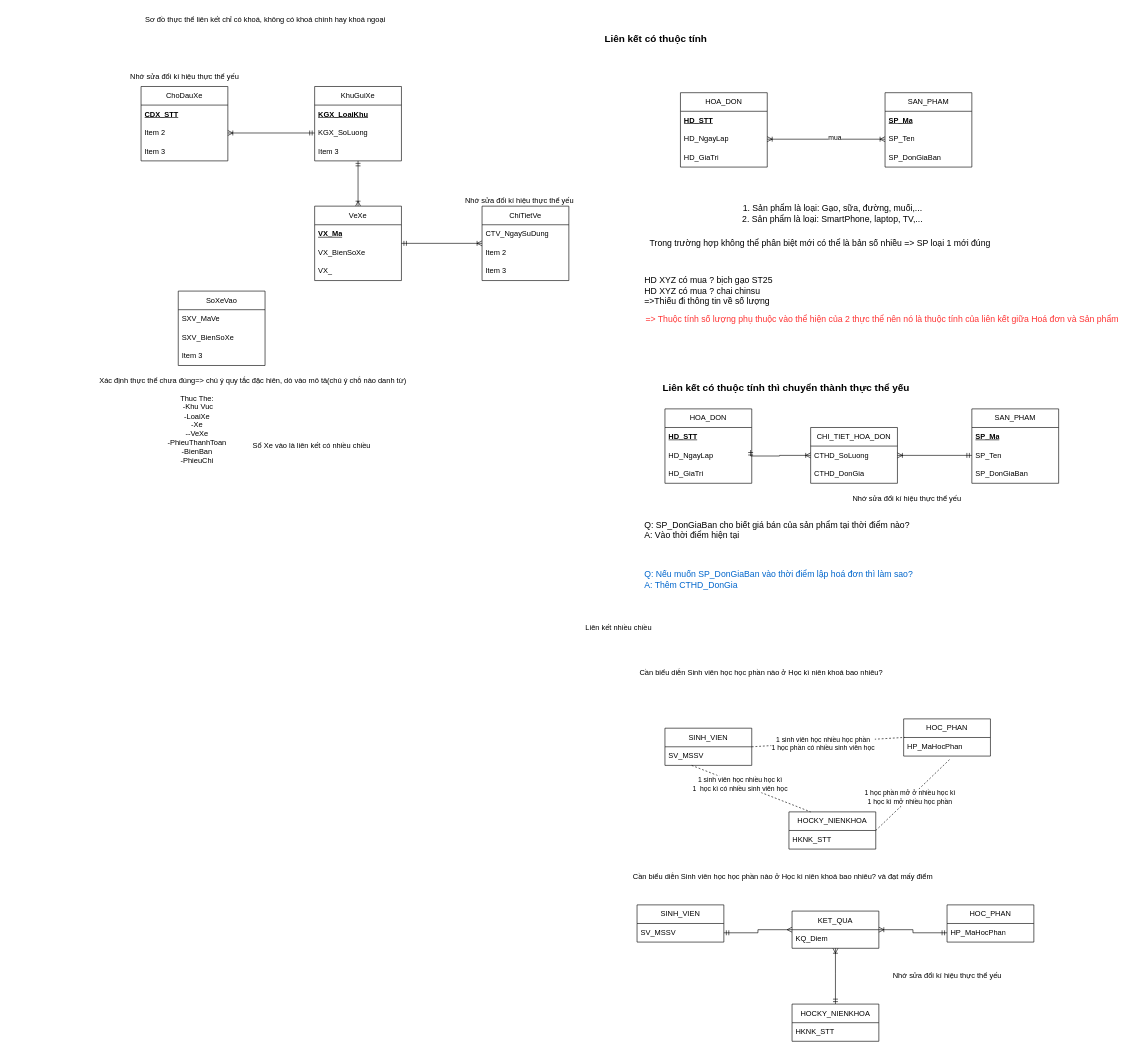
Earlier version of the draw.io diagram ExWeakEntity.drawio (itzkoi-ctu/EX1). Source tidied: cells renumbered, new cells numbered last; positions are measured from the earlier drawing's top-left corner, leaving out a move shared by most shapes. Both pictures are drawn from the tidied source at 62%, with x=0, y=0 at pixel (91, 11).
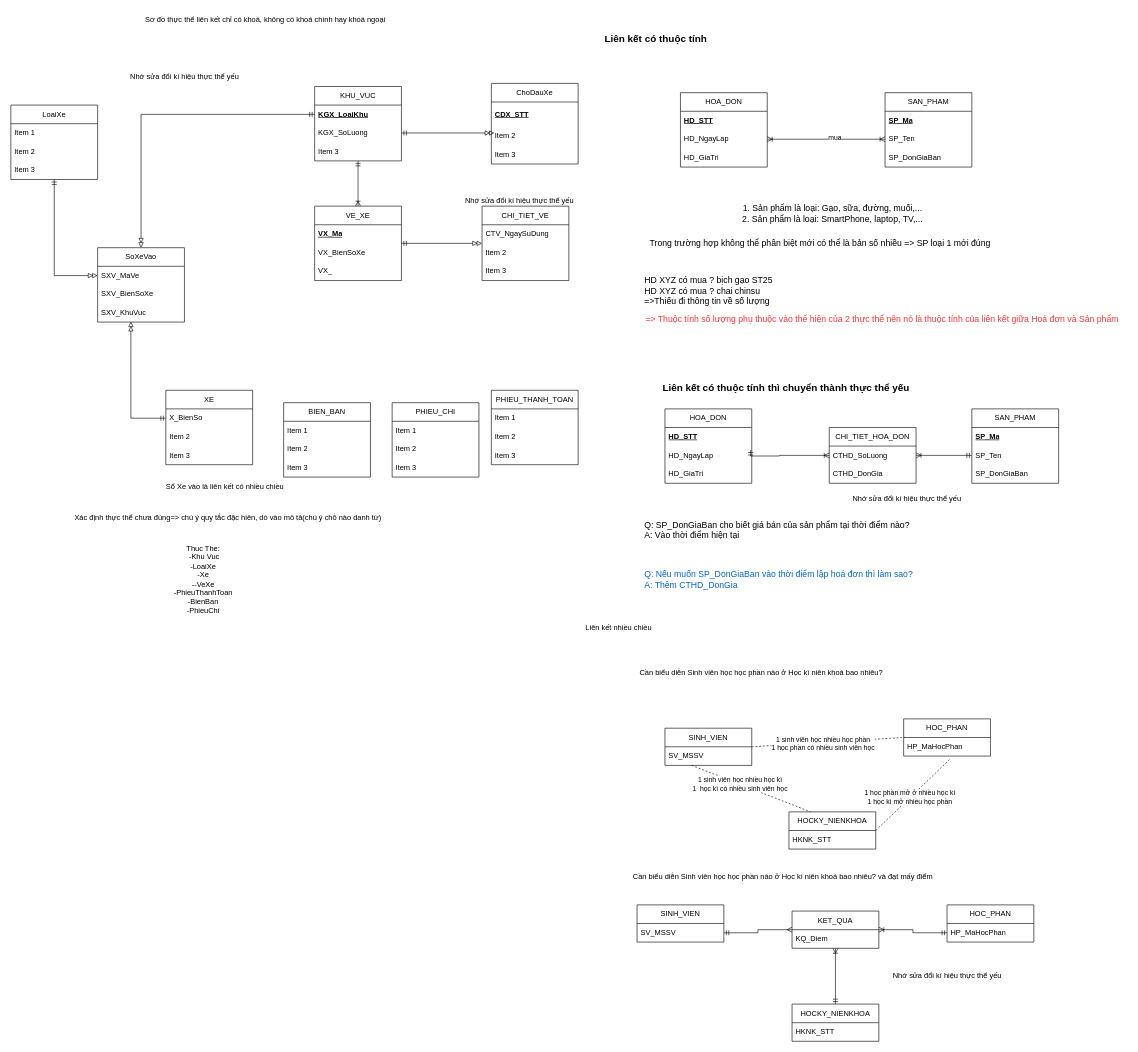
Above is the later version.

The change refers to these unchanged cells:
```xml
<mxCell id="63" value="KGX_LoaiKhu" style="text;strokeColor=none;fillColor=none;align=left;verticalAlign=middle;spacingLeft=4;spacingRight=4;overflow=hidden;points=[[0,0.5],[1,0.5]];portConstraint=eastwest;whiteSpace=wrap;html=1;fontStyle=5;" parent="62" vertex="1">
  <mxGeometry y="30" width="140" height="30" as="geometry" />
</mxCell>
<mxCell id="64" value="KGX_SoLuong" style="text;strokeColor=none;fillColor=none;align=left;verticalAlign=middle;spacingLeft=4;spacingRight=4;overflow=hidden;points=[[0,0.5],[1,0.5]];portConstraint=eastwest;whiteSpace=wrap;html=1;" parent="62" vertex="1">
  <mxGeometry y="60" width="140" height="30" as="geometry" />
</mxCell>
<mxCell id="83" value="SXV_MaVe" style="text;strokeColor=none;fillColor=none;align=left;verticalAlign=middle;spacingLeft=4;spacingRight=4;overflow=hidden;points=[[0,0.5],[1,0.5]];portConstraint=eastwest;whiteSpace=wrap;html=1;" parent="82" vertex="1">
  <mxGeometry y="30" width="140" height="30" as="geometry" />
</mxCell>
```

What changed in the source:
```diff
@@
     <mxCell id="18" value="CHI_TIET_HOA_DON" style="swimlane;fontStyle=0;horizontal=1;startSize=30;whiteSpace=wrap;html=1;align=center;" parent="1" vertex="1">
-      <mxGeometry x="1160" y="672" width="140" height="90" as="geometry" />
+      <mxGeometry x="1190" y="672" width="140" height="90" as="geometry" />
     </mxCell>
@@
-    <mxCell id="62" value="KhuGuiXe" style="swimlane;fontStyle=0;horizontal=1;startSize=30;whiteSpace=wrap;html=1;" parent="1" vertex="1">
+    <mxCell id="62" value="KHU_VUC" style="swimlane;fontStyle=0;horizontal=1;startSize=30;whiteSpace=wrap;html=1;" parent="1" vertex="1">
       <mxGeometry x="360" y="122" width="140" height="120" as="geometry" />
     </mxCell>
@@
+    <mxCell id="90" style="edgeStyle=orthogonalEdgeStyle;rounded=0;jettySize=auto;html=1;startArrow=ERmandOne;startFill=0;endArrow=doubleBlock;endFill=0;" parent="62" edge="1" source="64">
+      <mxGeometry relative="1" as="geometry">
+        <mxPoint x="290" y="75" as="targetPoint" />
+      </mxGeometry>
+    </mxCell>
@@
     <mxCell id="66" value="ChoDauXe" style="swimlane;fontStyle=0;horizontal=1;startSize=30;whiteSpace=wrap;html=1;" parent="1" vertex="1">
-      <mxGeometry x="80" y="122" width="140" height="120" as="geometry" />
+      <mxGeometry x="645" y="117" width="140" height="130" as="geometry" />
     </mxCell>
     <mxCell id="67" value="&lt;b&gt;&lt;u&gt;CDX_STT&lt;/u&gt;&lt;/b&gt;" style="text;strokeColor=none;fillColor=none;align=left;verticalAlign=middle;spacingLeft=4;spacingRight=4;overflow=hidden;whiteSpace=wrap;html=1;" parent="66" vertex="1">
-      <mxGeometry y="30" width="140" height="30" as="geometry" />
+      <mxGeometry y="30" width="140" height="40" as="geometry" />
     </mxCell>
     <mxCell id="68" value="Item 2" style="text;strokeColor=none;fillColor=none;align=left;verticalAlign=middle;spacingLeft=4;spacingRight=4;overflow=hidden;points=[[0,0.5],[1,0.5]];portConstraint=eastwest;whiteSpace=wrap;html=1;" parent="66" vertex="1">
-      <mxGeometry y="60" width="140" height="30" as="geometry" />
+      <mxGeometry y="70" width="140" height="30" as="geometry" />
     </mxCell>
     <mxCell id="69" value="Item 3" style="text;strokeColor=none;fillColor=none;align=left;verticalAlign=middle;spacingLeft=4;spacingRight=4;overflow=hidden;whiteSpace=wrap;html=1;" parent="66" vertex="1">
-      <mxGeometry y="90" width="140" height="30" as="geometry" />
+      <mxGeometry y="100" width="140" height="30" as="geometry" />
     </mxCell>
-    <mxCell id="70" style="edgeStyle=orthogonalEdgeStyle;rounded=0;jettySize=auto;html=1;entryX=1;entryY=0.5;entryDx=0;entryDy=0;startArrow=ERmandOne;startFill=0;endArrow=ERoneToMany;endFill=0;" parent="1" edge="1" source="64" target="68">
-      <mxGeometry relative="1" as="geometry" />
-    </mxCell>
-    <mxCell id="71" style="edgeStyle=orthogonalEdgeStyle;rounded=0;jettySize=auto;html=1;startArrow=ERmandOne;startFill=0;endArrow=ERoneToMany;endFill=0;" parent="1" edge="1" source="72" target="77">
+    <mxCell id="71" style="edgeStyle=orthogonalEdgeStyle;rounded=0;jettySize=auto;html=1;startArrow=ERmandOne;startFill=0;endArrow=doubleBlock;endFill=0;" parent="1" edge="1" source="72" target="77">
       <mxGeometry relative="1" as="geometry" />
     </mxCell>
-    <mxCell id="72" value="VeXe" style="swimlane;fontStyle=0;horizontal=1;startSize=30;whiteSpace=wrap;html=1;" parent="1" vertex="1">
+    <mxCell id="72" value="VE_XE" style="swimlane;fontStyle=0;horizontal=1;startSize=30;whiteSpace=wrap;html=1;" parent="1" vertex="1">
       <mxGeometry x="360" y="315" width="140" height="120" as="geometry" />
     </mxCell>
@@
-    <mxCell id="77" value="ChiTietVe" style="swimlane;fontStyle=0;horizontal=1;startSize=30;whiteSpace=wrap;html=1;" parent="1" vertex="1">
+    <mxCell id="77" value="CHI_TIET_VE" style="swimlane;fontStyle=0;horizontal=1;startSize=30;whiteSpace=wrap;html=1;" parent="1" vertex="1">
       <mxGeometry x="630" y="315" width="140" height="120" as="geometry" />
     </mxCell>
@@
     <mxCell id="82" value="SoXeVao" style="swimlane;fontStyle=0;horizontal=1;startSize=30;whiteSpace=wrap;html=1;" parent="1" vertex="1">
-      <mxGeometry x="140" y="452" width="140" height="120" as="geometry" />
+      <mxGeometry x="10" y="382" width="140" height="120" as="geometry" />
     </mxCell>
@@
-    <mxCell id="85" value="Item 3" style="text;strokeColor=none;fillColor=none;align=left;verticalAlign=middle;spacingLeft=4;spacingRight=4;overflow=hidden;points=[[0,0.5],[1,0.5]];portConstraint=eastwest;whiteSpace=wrap;html=1;" parent="82" vertex="1">
+    <mxCell id="85" value="SXV_KhuVuc" style="text;strokeColor=none;fillColor=none;align=left;verticalAlign=middle;spacingLeft=4;spacingRight=4;overflow=hidden;points=[[0,0.5],[1,0.5]];portConstraint=eastwest;whiteSpace=wrap;html=1;" parent="82" vertex="1">
       <mxGeometry y="90" width="140" height="30" as="geometry" />
     </mxCell>
@@
     <mxCell id="87" value="Xác định thực thể chưa đúng=&amp;gt; chú ý quy tắc đặc hiên, dò vào mô tả(chú ý chỗ nào danh từ)" style="text;html=1;align=center;verticalAlign=middle;strokeColor=none;fillColor=none;" parent="1" vertex="1">
-      <mxGeometry y="582" width="520" height="30" as="geometry" />
+      <mxGeometry x="-40" y="802" width="520" height="30" as="geometry" />
     </mxCell>
     <mxCell id="88" value="Thuc The:&lt;div&gt;&amp;nbsp;-Khu Vuc&lt;/div&gt;&lt;div&gt;-LoaiXe&lt;/div&gt;&lt;div&gt;-Xe&lt;/div&gt;&lt;div&gt;--VeXe&lt;/div&gt;&lt;div&gt;-PhieuThanhToan&lt;/div&gt;&lt;div&gt;-BienBan&lt;/div&gt;&lt;div&gt;-PhieuChi&lt;/div&gt;" style="text;html=1;align=center;verticalAlign=middle;strokeColor=none;fillColor=none;" parent="1" vertex="1">
-      <mxGeometry x="110" y="610" width="120" height="130" as="geometry" />
+      <mxGeometry x="120" y="852" width="120" height="130" as="geometry" />
     </mxCell>
     <mxCell id="89" value="Sổ Xe vào là liên kết có nhiều chiều" style="text;html=1;align=center;verticalAlign=middle;strokeColor=none;fillColor=none;" parent="1" vertex="1">
-      <mxGeometry x="250" y="687" width="210" height="30" as="geometry" />
+      <mxGeometry x="110" y="752" width="210" height="30" as="geometry" />
     </mxCell>
+    <mxCell id="91" style="edgeStyle=orthogonalEdgeStyle;rounded=0;jettySize=auto;html=1;entryX=0;entryY=0.5;entryDx=0;entryDy=0;endArrow=doubleBlock;endFill=0;startArrow=ERmandOne;startFill=0;" parent="1" edge="1" source="92" target="83">
+      <mxGeometry relative="1" as="geometry" />
+    </mxCell>
+    <mxCell id="92" value="LoaiXe" style="swimlane;fontStyle=0;horizontal=1;startSize=30;whiteSpace=wrap;html=1;" parent="1" vertex="1">
+      <mxGeometry x="-130" y="152" width="140" height="120" as="geometry" />
+    </mxCell>
+    <mxCell id="93" value="Item 1" style="text;strokeColor=none;fillColor=none;align=left;verticalAlign=middle;spacingLeft=4;spacingRight=4;overflow=hidden;whiteSpace=wrap;html=1;" parent="92" vertex="1">
+      <mxGeometry y="30" width="140" height="30" as="geometry" />
+    </mxCell>
+    <mxCell id="94" value="Item 2" style="text;strokeColor=none;fillColor=none;align=left;verticalAlign=middle;spacingLeft=4;spacingRight=4;overflow=hidden;whiteSpace=wrap;html=1;" parent="92" vertex="1">
+      <mxGeometry y="60" width="140" height="30" as="geometry" />
+    </mxCell>
+    <mxCell id="95" value="Item 3" style="text;strokeColor=none;fillColor=none;align=left;verticalAlign=middle;spacingLeft=4;spacingRight=4;overflow=hidden;whiteSpace=wrap;html=1;" parent="92" vertex="1">
+      <mxGeometry y="90" width="140" height="30" as="geometry" />
+    </mxCell>
+    <mxCell id="96" value="PHIEU_THANH_TOAN" style="swimlane;fontStyle=0;horizontal=1;startSize=30;whiteSpace=wrap;html=1;" parent="1" vertex="1">
+      <mxGeometry x="645" y="612" width="140" height="120" as="geometry" />
+    </mxCell>
+    <mxCell id="97" value="Item 1" style="text;strokeColor=none;fillColor=none;align=left;verticalAlign=middle;spacingLeft=4;spacingRight=4;overflow=hidden;whiteSpace=wrap;html=1;" parent="96" vertex="1">
+      <mxGeometry y="30" width="140" height="30" as="geometry" />
+    </mxCell>
+    <mxCell id="98" value="Item 2" style="text;strokeColor=none;fillColor=none;align=left;verticalAlign=middle;spacingLeft=4;spacingRight=4;overflow=hidden;whiteSpace=wrap;html=1;" parent="96" vertex="1">
+      <mxGeometry y="60" width="140" height="30" as="geometry" />
+    </mxCell>
+    <mxCell id="99" value="Item 3" style="text;strokeColor=none;fillColor=none;align=left;verticalAlign=middle;spacingLeft=4;spacingRight=4;overflow=hidden;whiteSpace=wrap;html=1;" parent="96" vertex="1">
+      <mxGeometry y="90" width="140" height="30" as="geometry" />
+    </mxCell>
+    <mxCell id="100" value="BIEN_BAN" style="swimlane;fontStyle=0;horizontal=1;startSize=30;whiteSpace=wrap;html=1;" parent="1" vertex="1">
+      <mxGeometry x="310" y="632" width="140" height="120" as="geometry" />
+    </mxCell>
+    <mxCell id="101" value="Item 1" style="text;strokeColor=none;fillColor=none;align=left;verticalAlign=middle;spacingLeft=4;spacingRight=4;overflow=hidden;whiteSpace=wrap;html=1;" parent="100" vertex="1">
+      <mxGeometry y="30" width="140" height="30" as="geometry" />
+    </mxCell>
+    <mxCell id="102" value="Item 2" style="text;strokeColor=none;fillColor=none;align=left;verticalAlign=middle;spacingLeft=4;spacingRight=4;overflow=hidden;whiteSpace=wrap;html=1;" parent="100" vertex="1">
+      <mxGeometry y="60" width="140" height="30" as="geometry" />
+    </mxCell>
+    <mxCell id="103" value="Item 3" style="text;strokeColor=none;fillColor=none;align=left;verticalAlign=middle;spacingLeft=4;spacingRight=4;overflow=hidden;whiteSpace=wrap;html=1;" parent="100" vertex="1">
+      <mxGeometry y="90" width="140" height="30" as="geometry" />
+    </mxCell>
+    <mxCell id="104" value="PHIEU_CHI" style="swimlane;fontStyle=0;horizontal=1;startSize=30;whiteSpace=wrap;html=1;" parent="1" vertex="1">
+      <mxGeometry x="485" y="632" width="140" height="120" as="geometry" />
+    </mxCell>
+    <mxCell id="105" value="Item 1" style="text;strokeColor=none;fillColor=none;align=left;verticalAlign=middle;spacingLeft=4;spacingRight=4;overflow=hidden;whiteSpace=wrap;html=1;" parent="104" vertex="1">
+      <mxGeometry y="30" width="140" height="30" as="geometry" />
+    </mxCell>
+    <mxCell id="106" value="Item 2" style="text;strokeColor=none;fillColor=none;align=left;verticalAlign=middle;spacingLeft=4;spacingRight=4;overflow=hidden;whiteSpace=wrap;html=1;" parent="104" vertex="1">
+      <mxGeometry y="60" width="140" height="30" as="geometry" />
+    </mxCell>
+    <mxCell id="107" value="Item 3" style="text;strokeColor=none;fillColor=none;align=left;verticalAlign=middle;spacingLeft=4;spacingRight=4;overflow=hidden;whiteSpace=wrap;html=1;" parent="104" vertex="1">
+      <mxGeometry y="90" width="140" height="30" as="geometry" />
+    </mxCell>
+    <mxCell id="108" style="edgeStyle=orthogonalEdgeStyle;rounded=0;jettySize=auto;html=1;endArrow=doubleBlock;endFill=0;startArrow=ERmandOne;startFill=0;" parent="1" edge="1" source="63" target="82">
+      <mxGeometry relative="1" as="geometry" />
+    </mxCell>
+    <mxCell id="109" value="XE" style="swimlane;fontStyle=0;horizontal=1;startSize=30;whiteSpace=wrap;html=1;" parent="1" vertex="1">
+      <mxGeometry x="120" y="612" width="140" height="120" as="geometry" />
+    </mxCell>
+    <mxCell id="110" value="X_BienSo" style="text;strokeColor=none;fillColor=none;align=left;verticalAlign=middle;spacingLeft=4;spacingRight=4;overflow=hidden;points=[[0,0.5],[1,0.5]];portConstraint=eastwest;whiteSpace=wrap;html=1;" parent="109" vertex="1">
+      <mxGeometry y="30" width="140" height="30" as="geometry" />
+    </mxCell>
+    <mxCell id="111" value="Item 2" style="text;strokeColor=none;fillColor=none;align=left;verticalAlign=middle;spacingLeft=4;spacingRight=4;overflow=hidden;whiteSpace=wrap;html=1;" parent="109" vertex="1">
+      <mxGeometry y="60" width="140" height="30" as="geometry" />
+    </mxCell>
+    <mxCell id="112" value="Item 3" style="text;strokeColor=none;fillColor=none;align=left;verticalAlign=middle;spacingLeft=4;spacingRight=4;overflow=hidden;whiteSpace=wrap;html=1;" parent="109" vertex="1">
+      <mxGeometry y="90" width="140" height="30" as="geometry" />
+    </mxCell>
+    <mxCell id="113" style="edgeStyle=orthogonalEdgeStyle;rounded=0;jettySize=auto;html=1;entryX=0.383;entryY=0.976;entryDx=0;entryDy=0;entryPerimeter=0;endArrow=doubleBlock;endFill=0;startArrow=ERmandOne;startFill=0;" parent="1" edge="1" source="110" target="85">
+      <mxGeometry relative="1" as="geometry" />
+    </mxCell>
```
